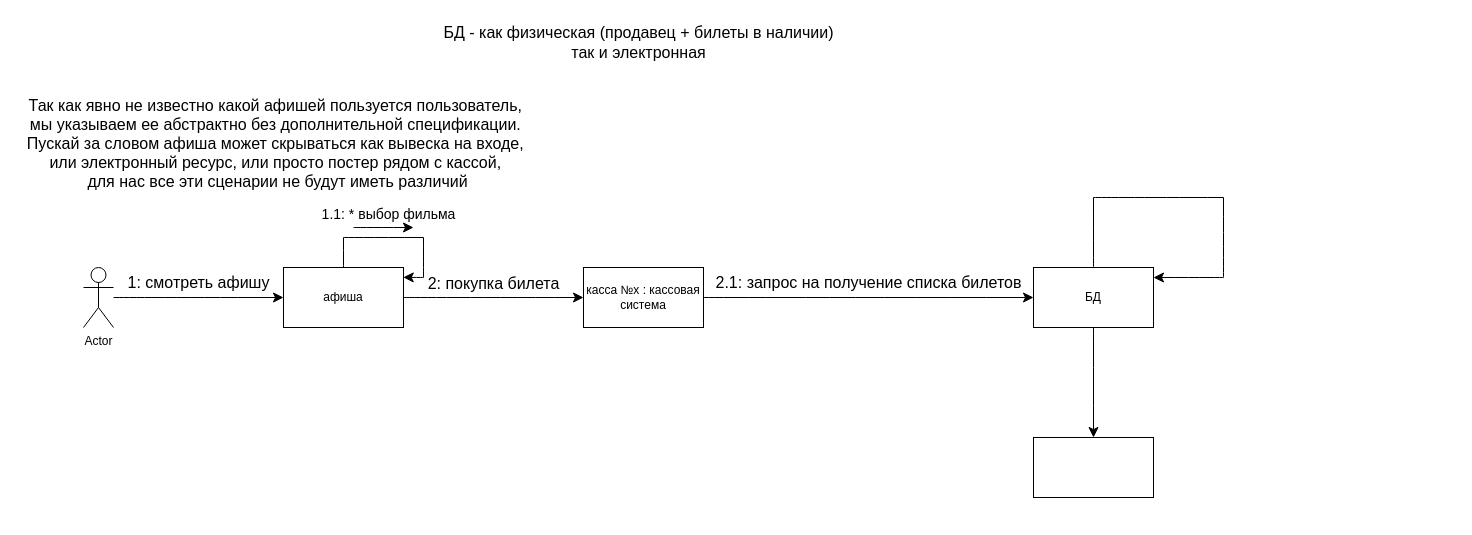
Earlier version of the draw.io diagram Диаграмма последовательностей.drawio (ANDaniell/-design-practice). Source tidied: cells renumbered, new cells numbered last; positions are measured from the earlier drawing's top-left corner, leaving out a move shared by most shapes. Both pictures are drawn from the tidied source at 100%, with x=0, y=0 at pixel (17, 17).
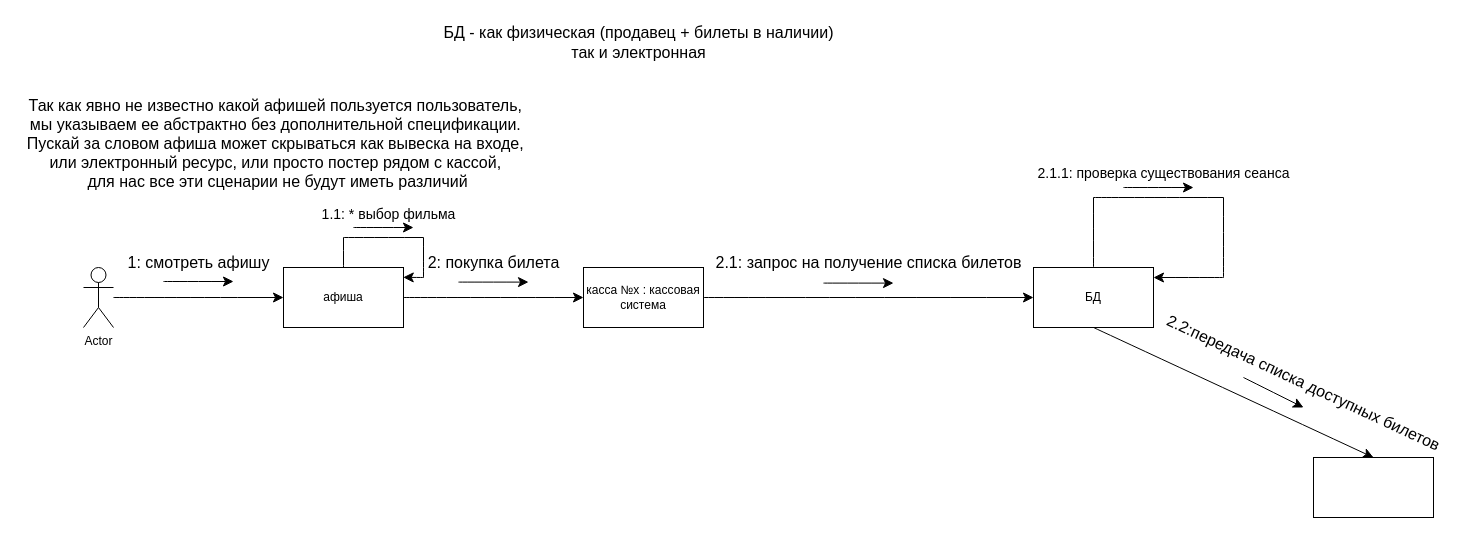
Above is the later version.

The edit, as a diff of the source:
```diff
@@
     <mxCell id="6" value="1: смотреть афишу" style="text;html=1;align=center;verticalAlign=middle;strokeColor=none;fillColor=none;fontSize=16;" parent="1" vertex="1">
-      <mxGeometry x="96" y="250" width="170" height="30" as="geometry" />
+      <mxGeometry x="96" y="230" width="170" height="30" as="geometry" />
     </mxCell>
@@
     <mxCell id="15" value="2: покупка билета" style="text;html=1;align=center;verticalAlign=middle;strokeColor=none;fillColor=none;fontSize=16;" parent="1" vertex="1">
-      <mxGeometry x="396" y="251" width="160" height="30" as="geometry" />
+      <mxGeometry x="396" y="230" width="160" height="30" as="geometry" />
     </mxCell>
@@
     <mxCell id="20" value="2.1: запрос на получение списка билетов" style="text;html=1;align=center;verticalAlign=middle;strokeColor=none;fillColor=none;fontSize=16;" parent="1" vertex="1">
-      <mxGeometry x="686" y="250" width="330" height="30" as="geometry" />
+      <mxGeometry x="686" y="230" width="330" height="30" as="geometry" />
     </mxCell>
     <mxCell id="21" style="rounded=0;whiteSpace=wrap;html=1;" parent="1" vertex="1">
-      <mxGeometry x="1016" y="420" width="120" height="60" as="geometry" />
+      <mxGeometry x="1296" y="440" width="120" height="60" as="geometry" />
     </mxCell>
@@
+    <mxCell id="26" value="&lt;font style=&quot;font-size: 14px;&quot;&gt;2.1.1: проверка существования сеанса&lt;/font&gt;" style="text;html=1;align=center;verticalAlign=middle;strokeColor=none;fillColor=none;fontSize=16;" parent="1" vertex="1">
+      <mxGeometry x="1006" y="140" width="280" height="30" as="geometry" />
+    </mxCell>
+    <mxCell id="27" style="endArrow=classic;html=1;rounded=0;fontSize=12;startSize=8;endSize=8;curved=1;" parent="1" edge="1">
+      <mxGeometry relative="1" as="geometry">
+        <mxPoint x="1106" y="170" as="sourcePoint" />
+        <mxPoint x="1176" y="170" as="targetPoint" />
+      </mxGeometry>
+    </mxCell>
+    <mxCell id="28" style="endArrow=classic;html=1;rounded=0;fontSize=12;startSize=8;endSize=8;curved=1;" parent="1" edge="1">
+      <mxGeometry relative="1" as="geometry">
+        <mxPoint x="806" y="265.6" as="sourcePoint" />
+        <mxPoint x="876" y="265.6" as="targetPoint" />
+        <Array as="points">
+          <mxPoint x="806" y="265.6" />
+        </Array>
+      </mxGeometry>
+    </mxCell>
+    <mxCell id="29" style="endArrow=classic;html=1;rounded=0;fontSize=12;startSize=8;endSize=8;curved=1;" parent="1" edge="1">
+      <mxGeometry relative="1" as="geometry">
+        <mxPoint x="441" y="264.6" as="sourcePoint" />
+        <mxPoint x="511" y="264.6" as="targetPoint" />
+      </mxGeometry>
+    </mxCell>
+    <mxCell id="30" style="endArrow=classic;html=1;rounded=0;fontSize=12;startSize=8;endSize=8;curved=1;" parent="1" edge="1">
+      <mxGeometry relative="1" as="geometry">
+        <mxPoint x="146" y="264" as="sourcePoint" />
+        <mxPoint x="216" y="264" as="targetPoint" />
+      </mxGeometry>
+    </mxCell>
+    <mxCell id="31" value="2.2:передача списка доступных билетов" style="text;html=1;align=center;verticalAlign=middle;strokeColor=none;fillColor=none;fontSize=16;rotation=25;" parent="1" vertex="1">
+      <mxGeometry x="1126" y="350" width="320" height="30" as="geometry" />
+    </mxCell>
+    <mxCell id="32" style="edgeStyle=none;curved=1;rounded=0;orthogonalLoop=1;jettySize=auto;html=1;entryX=0.5;entryY=0;entryDx=0;entryDy=0;fontSize=12;startSize=8;endSize=8;" parent="1" edge="1">
+      <mxGeometry relative="1" as="geometry">
+        <mxPoint x="1226" y="360" as="sourcePoint" />
+        <mxPoint x="1286" y="390" as="targetPoint" />
+      </mxGeometry>
+    </mxCell>
```
